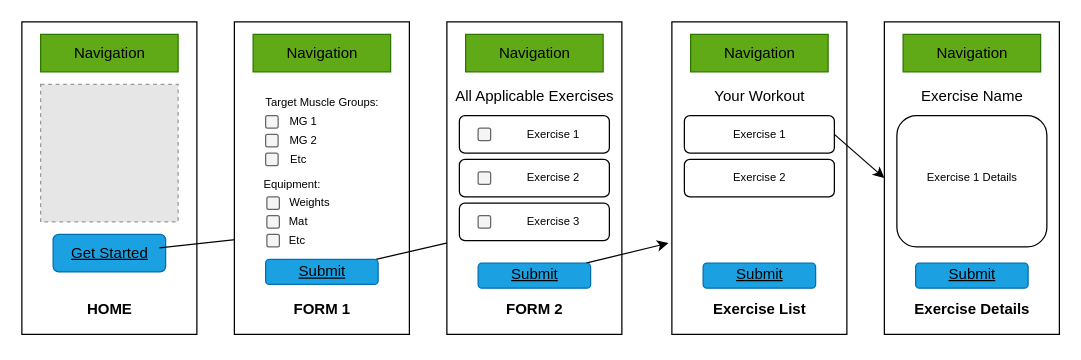
Above: Planning_Records/fitFixComponents_Native.drawio in ETS-ReactNative3/fitFix (draw.io), before the change. Source tidied: cells renumbered, new cells numbered last; positions are measured from the earlier drawing's top-left corner, leaving out a move shared by most shapes. Both pictures are drawn from the tidied source at 125%, with x=0, y=0 at pixel (21, 21). Pictures stored in the file or linked from it are replaced by grey dashed boxes.
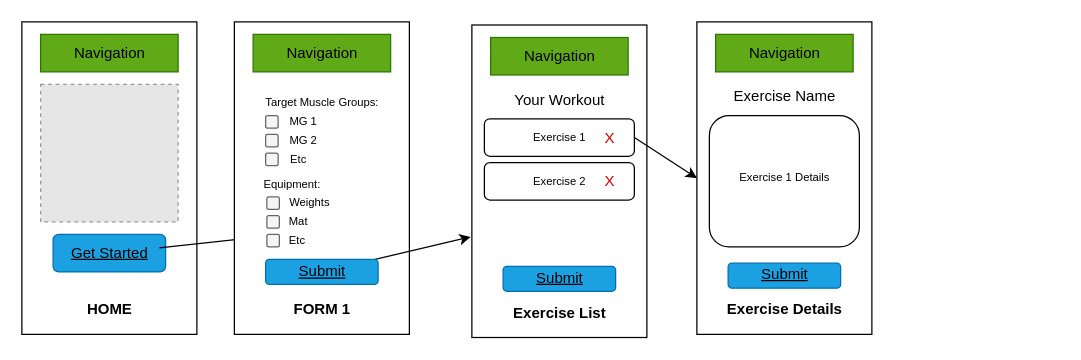
After the change.

Commit message (it also covers changes not shown here):
remove form 2 from application, opting for x's in main list

Unchanged cells that the change refers to:
```xml
<mxCell id="15" style="whiteSpace=wrap;html=1;rounded=1;fillColor=#1ba1e2;fontColor=#ffffff;strokeColor=#006EAF;" parent="1" vertex="1">
  <mxGeometry x="195" y="190" width="90" height="20" as="geometry" />
</mxCell>
```

Change to the diagram source:
```diff
@@
-    <mxCell id="14" style="edgeStyle=none;html=1;" parent="1" edge="1" source="15">
-      <mxGeometry relative="1" as="geometry">
-        <mxPoint x="370" y="170" as="targetPoint" />
-      </mxGeometry>
+    <mxCell id="14" style="edgeStyle=none;html=1;entryX=-0.007;entryY=0.678;entryDx=0;entryDy=0;entryPerimeter=0;" parent="1" edge="1" source="15" target="48">
+      <mxGeometry relative="1" as="geometry" />
     </mxCell>
@@
-    <mxCell id="22" style="whiteSpace=wrap;html=1;" parent="1" vertex="1">
-      <mxGeometry x="340" width="140" height="250" as="geometry" />
-    </mxCell>
-    <mxCell id="23" value="FORM 2" style="text;html=1;align=center;verticalAlign=middle;fillColor=none;strokeColor=none;rounded=0;fontStyle=1;" parent="1" vertex="1">
-      <mxGeometry x="380" y="220" width="60" height="20" as="geometry" />
-    </mxCell>
-    <mxCell id="24" style="whiteSpace=wrap;html=1;fillColor=#60a917;fontColor=#ffffff;strokeColor=#2D7600;" parent="1" vertex="1">
-      <mxGeometry x="355" y="10" width="110" height="30" as="geometry" />
-    </mxCell>
-    <mxCell id="25" value="Navigation" style="text;html=1;align=center;verticalAlign=middle;fillColor=none;strokeColor=none;rounded=0;" parent="1" vertex="1">
-      <mxGeometry x="375" y="15" width="70" height="20" as="geometry" />
-    </mxCell>
-    <mxCell id="26" style="edgeStyle=none;html=1;fontSize=9;entryX=-0.02;entryY=0.708;entryDx=0;entryDy=0;entryPerimeter=0;" parent="1" edge="1" source="27" target="48">
-      <mxGeometry relative="1" as="geometry" />
-    </mxCell>
-    <mxCell id="27" style="whiteSpace=wrap;html=1;rounded=1;fillColor=#1ba1e2;fontColor=#ffffff;strokeColor=#006EAF;" parent="1" vertex="1">
-      <mxGeometry x="365" y="193" width="90" height="20" as="geometry" />
-    </mxCell>
-    <mxCell id="28" value="Submit" style="text;html=1;align=center;verticalAlign=middle;fillColor=none;strokeColor=none;rounded=0;fontStyle=4;" parent="1" vertex="1">
-      <mxGeometry x="385" y="192" width="50" height="20" as="geometry" />
-    </mxCell>
-    <mxCell id="29" value="All Applicable Exercises" style="text;html=1;align=center;verticalAlign=middle;fillColor=none;strokeColor=none;rounded=0;" parent="1" vertex="1">
-      <mxGeometry x="340" y="50" width="140" height="20" as="geometry" />
-    </mxCell>
@@
-    <mxCell id="39" style="whiteSpace=wrap;html=1;rounded=1;fontSize=9;" parent="1" vertex="1">
-      <mxGeometry x="350" y="75" width="120" height="30" as="geometry" />
-    </mxCell>
-    <mxCell id="40" value="Exercise 1" style="text;html=1;align=center;verticalAlign=middle;fillColor=none;strokeColor=none;rounded=0;fontSize=9;" parent="1" vertex="1">
-      <mxGeometry x="395" y="80" width="60" height="20" as="geometry" />
-    </mxCell>
-    <mxCell id="41" style="whiteSpace=wrap;html=1;rounded=1;fontSize=9;" parent="1" vertex="1">
-      <mxGeometry x="350" y="110" width="120" height="30" as="geometry" />
-    </mxCell>
-    <mxCell id="42" value="Exercise 2" style="text;html=1;align=center;verticalAlign=middle;fillColor=none;strokeColor=none;rounded=0;fontSize=9;" parent="1" vertex="1">
-      <mxGeometry x="395" y="115" width="60" height="20" as="geometry" />
-    </mxCell>
-    <mxCell id="43" style="whiteSpace=wrap;html=1;rounded=1;fillColor=#f5f5f5;fontColor=#333333;strokeColor=#666666;" parent="1" vertex="1">
-      <mxGeometry x="365" y="85" width="10" height="10" as="geometry" />
-    </mxCell>
-    <mxCell id="44" style="whiteSpace=wrap;html=1;rounded=1;fillColor=#f5f5f5;fontColor=#333333;strokeColor=#666666;" parent="1" vertex="1">
-      <mxGeometry x="365" y="120" width="10" height="10" as="geometry" />
-    </mxCell>
-    <mxCell id="45" style="whiteSpace=wrap;html=1;rounded=1;fontSize=9;" parent="1" vertex="1">
-      <mxGeometry x="350" y="145" width="120" height="30" as="geometry" />
-    </mxCell>
-    <mxCell id="46" value="Exercise 3" style="text;html=1;align=center;verticalAlign=middle;fillColor=none;strokeColor=none;rounded=0;fontSize=9;" parent="1" vertex="1">
-      <mxGeometry x="395" y="150" width="60" height="20" as="geometry" />
-    </mxCell>
-    <mxCell id="47" style="whiteSpace=wrap;html=1;rounded=1;fillColor=#f5f5f5;fontColor=#333333;strokeColor=#666666;" parent="1" vertex="1">
-      <mxGeometry x="365" y="155" width="10" height="10" as="geometry" />
-    </mxCell>
     <mxCell id="48" style="whiteSpace=wrap;html=1;" parent="1" vertex="1">
-      <mxGeometry x="520" width="140" height="250" as="geometry" />
+      <mxGeometry x="360" y="2.5" width="140" height="250" as="geometry" />
     </mxCell>
     <mxCell id="49" value="Exercise List" style="text;html=1;align=center;verticalAlign=middle;fillColor=none;strokeColor=none;rounded=0;fontStyle=1;" parent="1" vertex="1">
-      <mxGeometry x="545" y="220" width="90" height="20" as="geometry" />
+      <mxGeometry x="385" y="222.5" width="90" height="20" as="geometry" />
     </mxCell>
     <mxCell id="50" style="whiteSpace=wrap;html=1;fillColor=#60a917;fontColor=#ffffff;strokeColor=#2D7600;" parent="1" vertex="1">
-      <mxGeometry x="535" y="10" width="110" height="30" as="geometry" />
+      <mxGeometry x="375" y="12.5" width="110" height="30" as="geometry" />
     </mxCell>
     <mxCell id="51" value="Navigation" style="text;html=1;align=center;verticalAlign=middle;fillColor=none;strokeColor=none;rounded=0;" parent="1" vertex="1">
-      <mxGeometry x="555" y="15" width="70" height="20" as="geometry" />
+      <mxGeometry x="395" y="17.5" width="70" height="20" as="geometry" />
     </mxCell>
     <mxCell id="52" style="whiteSpace=wrap;html=1;rounded=1;fillColor=#1ba1e2;fontColor=#ffffff;strokeColor=#006EAF;" parent="1" vertex="1">
-      <mxGeometry x="545" y="193" width="90" height="20" as="geometry" />
+      <mxGeometry x="385" y="195.5" width="90" height="20" as="geometry" />
     </mxCell>
     <mxCell id="53" value="Submit" style="text;html=1;align=center;verticalAlign=middle;fillColor=none;strokeColor=none;rounded=0;fontStyle=4;" parent="1" vertex="1">
-      <mxGeometry x="565" y="192" width="50" height="20" as="geometry" />
+      <mxGeometry x="405" y="194.5" width="50" height="20" as="geometry" />
     </mxCell>
     <mxCell id="54" value="Your Workout" style="text;html=1;align=center;verticalAlign=middle;fillColor=none;strokeColor=none;rounded=0;" parent="1" vertex="1">
-      <mxGeometry x="545" y="50" width="90" height="20" as="geometry" />
+      <mxGeometry x="385" y="52.5" width="90" height="20" as="geometry" />
     </mxCell>
     <mxCell id="55" style="whiteSpace=wrap;html=1;rounded=1;fontSize=9;" parent="1" vertex="1">
-      <mxGeometry x="530" y="75" width="120" height="30" as="geometry" />
+      <mxGeometry x="370" y="77.5" width="120" height="30" as="geometry" />
     </mxCell>
     <mxCell id="56" value="Exercise 1" style="text;html=1;align=center;verticalAlign=middle;fillColor=none;strokeColor=none;rounded=0;fontSize=9;" parent="1" vertex="1">
-      <mxGeometry x="560" y="80" width="60" height="20" as="geometry" />
+      <mxGeometry x="400" y="82.5" width="60" height="20" as="geometry" />
     </mxCell>
@@
     <mxCell id="58" style="whiteSpace=wrap;html=1;rounded=1;fontSize=9;" parent="1" vertex="1">
-      <mxGeometry x="530" y="110" width="120" height="30" as="geometry" />
+      <mxGeometry x="370" y="112.5" width="120" height="30" as="geometry" />
     </mxCell>
     <mxCell id="59" value="Exercise 2" style="text;html=1;align=center;verticalAlign=middle;fillColor=none;strokeColor=none;rounded=0;fontSize=9;" parent="1" vertex="1">
-      <mxGeometry x="560" y="115" width="60" height="20" as="geometry" />
+      <mxGeometry x="400" y="117.5" width="60" height="20" as="geometry" />
     </mxCell>
     <mxCell id="60" style="whiteSpace=wrap;html=1;" parent="1" vertex="1">
-      <mxGeometry x="690" width="140" height="250" as="geometry" />
+      <mxGeometry x="540" width="140" height="250" as="geometry" />
     </mxCell>
     <mxCell id="61" value="Exercise Details" style="text;html=1;align=center;verticalAlign=middle;fillColor=none;strokeColor=none;rounded=0;fontStyle=1;" parent="1" vertex="1">
-      <mxGeometry x="705" y="220" width="110" height="20" as="geometry" />
+      <mxGeometry x="555" y="220" width="110" height="20" as="geometry" />
     </mxCell>
     <mxCell id="62" style="whiteSpace=wrap;html=1;fillColor=#60a917;fontColor=#ffffff;strokeColor=#2D7600;" parent="1" vertex="1">
-      <mxGeometry x="705" y="10" width="110" height="30" as="geometry" />
+      <mxGeometry x="555" y="10" width="110" height="30" as="geometry" />
     </mxCell>
     <mxCell id="63" value="Navigation" style="text;html=1;align=center;verticalAlign=middle;fillColor=none;strokeColor=none;rounded=0;" parent="1" vertex="1">
-      <mxGeometry x="725" y="15" width="70" height="20" as="geometry" />
+      <mxGeometry x="575" y="15" width="70" height="20" as="geometry" />
     </mxCell>
     <mxCell id="64" style="whiteSpace=wrap;html=1;rounded=1;fillColor=#1ba1e2;fontColor=#ffffff;strokeColor=#006EAF;" parent="1" vertex="1">
-      <mxGeometry x="715" y="193" width="90" height="20" as="geometry" />
+      <mxGeometry x="565" y="193" width="90" height="20" as="geometry" />
     </mxCell>
     <mxCell id="65" value="Submit" style="text;html=1;align=center;verticalAlign=middle;fillColor=none;strokeColor=none;rounded=0;fontStyle=4;" parent="1" vertex="1">
-      <mxGeometry x="735" y="192" width="50" height="20" as="geometry" />
+      <mxGeometry x="585" y="192" width="50" height="20" as="geometry" />
     </mxCell>
     <mxCell id="66" style="whiteSpace=wrap;html=1;rounded=1;fontSize=9;" parent="1" vertex="1">
-      <mxGeometry x="700" y="75" width="120" height="105" as="geometry" />
+      <mxGeometry x="550" y="75" width="120" height="105" as="geometry" />
     </mxCell>
     <mxCell id="67" value="Exercise 1 Details" style="text;html=1;align=center;verticalAlign=middle;fillColor=none;strokeColor=none;rounded=0;fontSize=9;" parent="1" vertex="1">
-      <mxGeometry x="715" y="115" width="90" height="20" as="geometry" />
+      <mxGeometry x="565" y="115" width="90" height="20" as="geometry" />
     </mxCell>
     <mxCell id="68" value="Exercise Name" style="text;html=1;align=center;verticalAlign=middle;fillColor=none;strokeColor=none;rounded=0;" parent="1" vertex="1">
-      <mxGeometry x="710" y="50" width="100" height="20" as="geometry" />
+      <mxGeometry x="560" y="50" width="100" height="20" as="geometry" />
     </mxCell>
+    <mxCell id="69" value="&lt;font color=&quot;#cc0000&quot;&gt;X&lt;/font&gt;" style="text;html=1;align=center;verticalAlign=middle;fillColor=none;strokeColor=none;rounded=0;" parent="1" vertex="1">
+      <mxGeometry x="460" y="82.5" width="20" height="20" as="geometry" />
+    </mxCell>
+    <mxCell id="70" value="&lt;font color=&quot;#cc0000&quot;&gt;X&lt;/font&gt;" style="text;html=1;align=center;verticalAlign=middle;fillColor=none;strokeColor=none;rounded=0;" parent="1" vertex="1">
+      <mxGeometry x="460" y="117.5" width="20" height="20" as="geometry" />
+    </mxCell>
```
